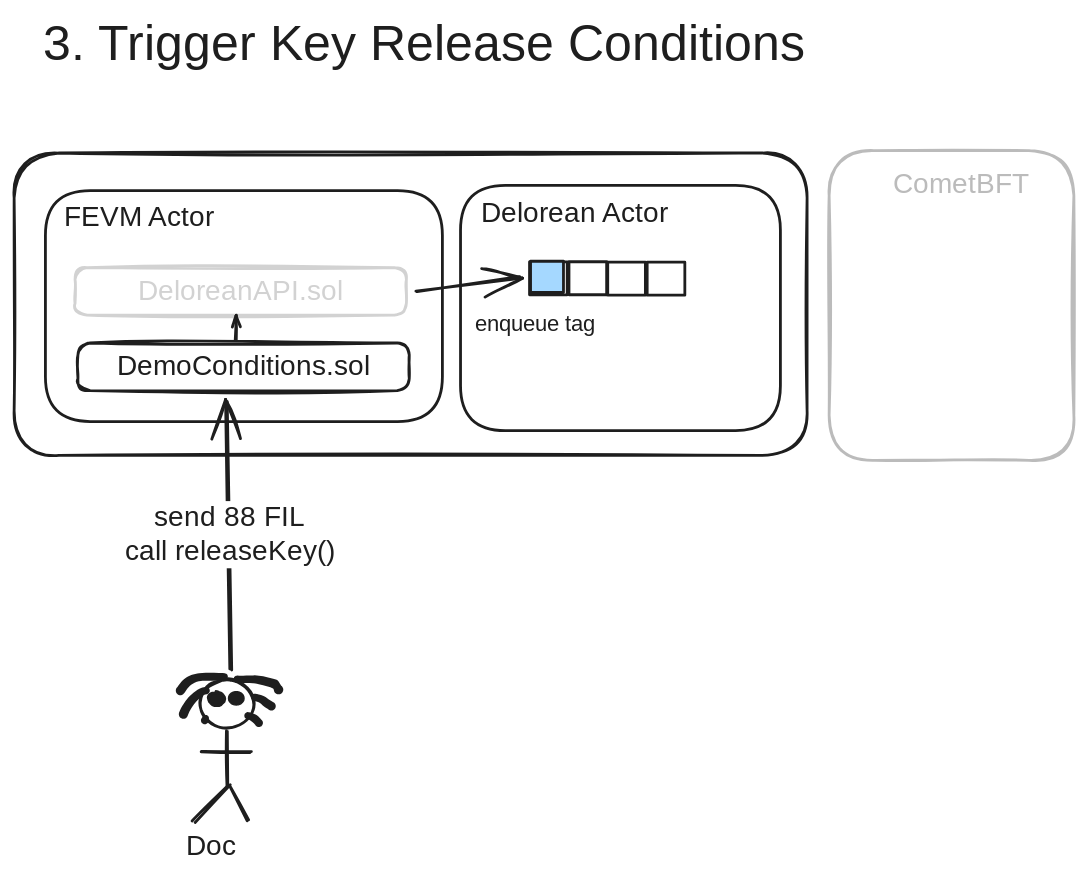
Earlier version of the Excalidraw export Delorean-Docs/diagrams/flow_3.excalidraw.svg (ChainSafe/Delorean-Protocol). Source tidied: one line per element, renumbered; positions are measured from the earlier drawing's top-left corner, leaving out a move shared by most shapes.
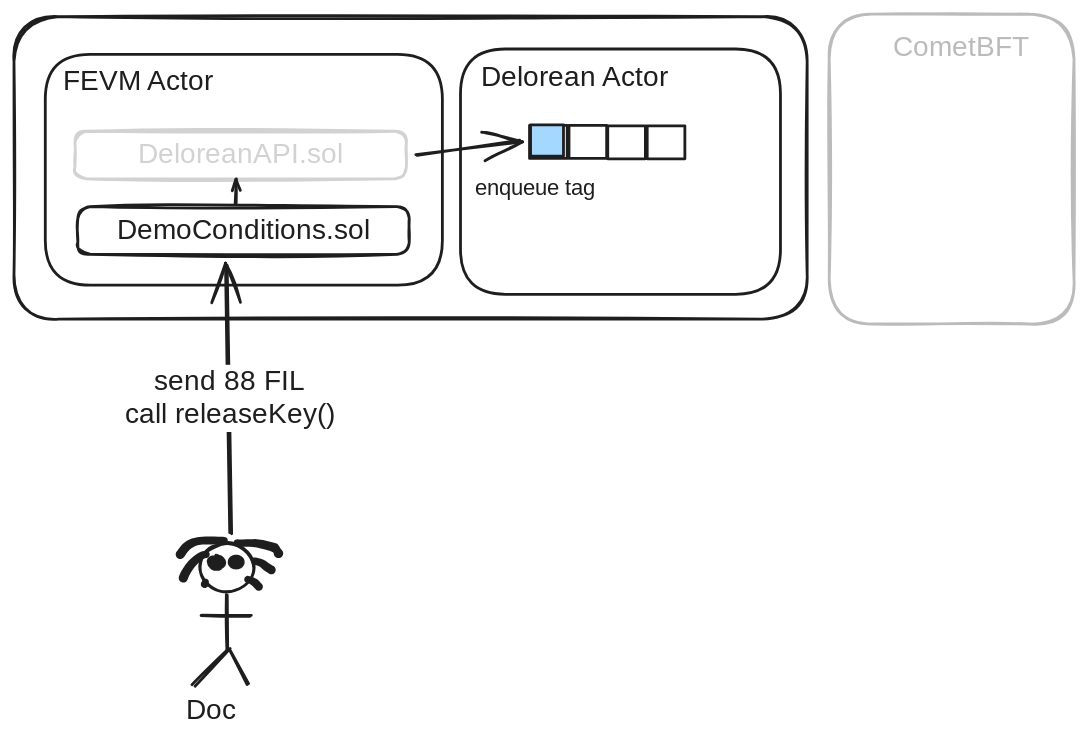
After the change.

Commit message:
update flow diagrams

The edit, as a diff of the source:
```diff
@@ -1,4 +1,3 @@
-{"id": 0, "type": "text", "text": "3. Trigger Key Release Conditions", "strokeColor": "#1e1e1e", "strokeWidth": 2, "roughness": 1, "fontSize": 36, "fontFamily": 3, "x": 21, "y": 0, "width": 696, "height": 43}
 {"id": 1, "type": "ellipse", "strokeColor": "#1e1e1e", "strokeWidth": 2, "roughness": 1, "round": true, "x": 133, "y": 475, "width": 38, "height": 35}
 {"id": 2, "type": "line", "strokeColor": "#1e1e1e", "strokeWidth": 2, "roughness": 1, "round": true, "x": 152, "y": 512, "width": 1, "height": 39, "points": [[0, 0], [1, 39]]}
 {"id": 3, "type": "line", "strokeColor": "#1e1e1e", "strokeWidth": 2, "roughness": 1, "round": true, "x": 153, "y": 551, "width": 25, "height": 26, "points": [[0, 0], [-25, 26]]}
```
